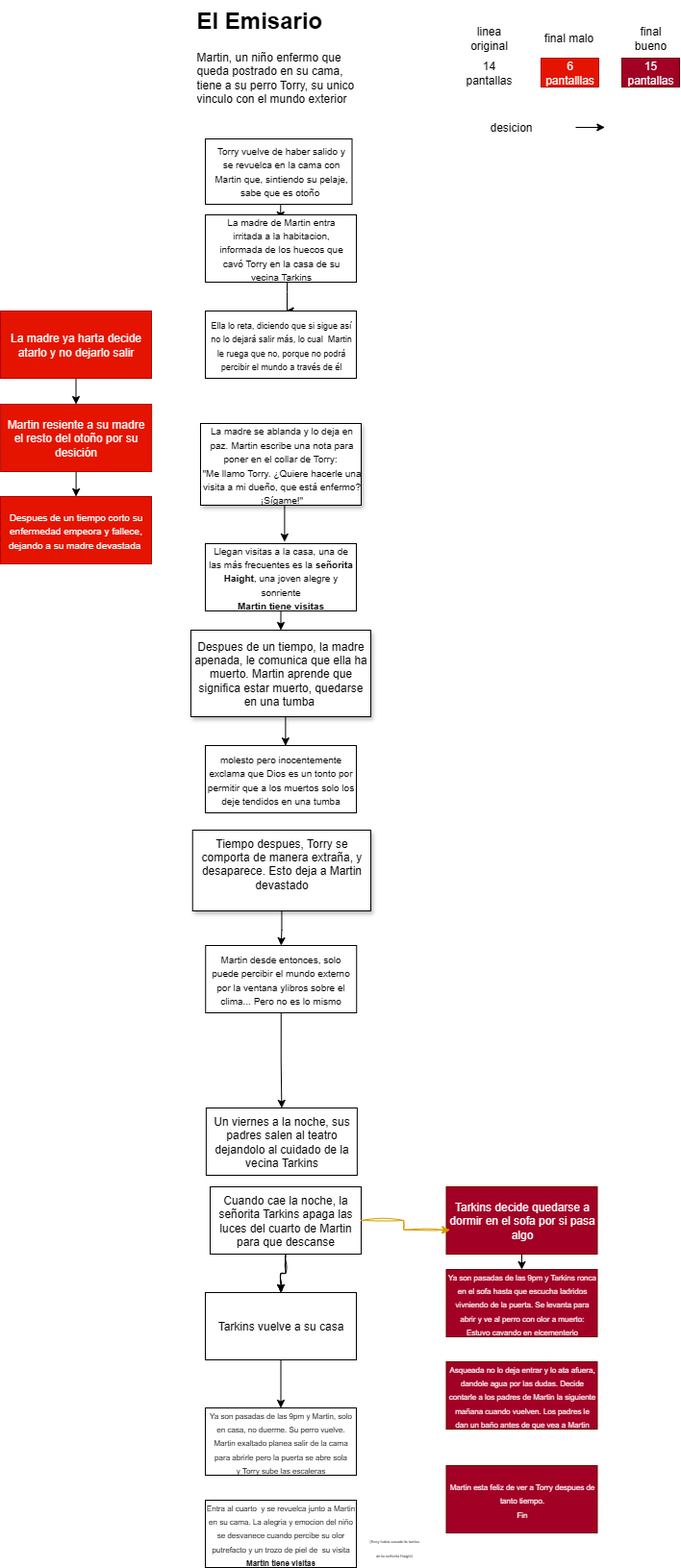
Above: Diagrama E Emisario.drawio.png in ro276/pmiw (draw.io), before the change. Source tidied: cells renumbered, new cells last; positions are measured from the earlier drawing's top-left corner, leaving out a move shared by most shapes.
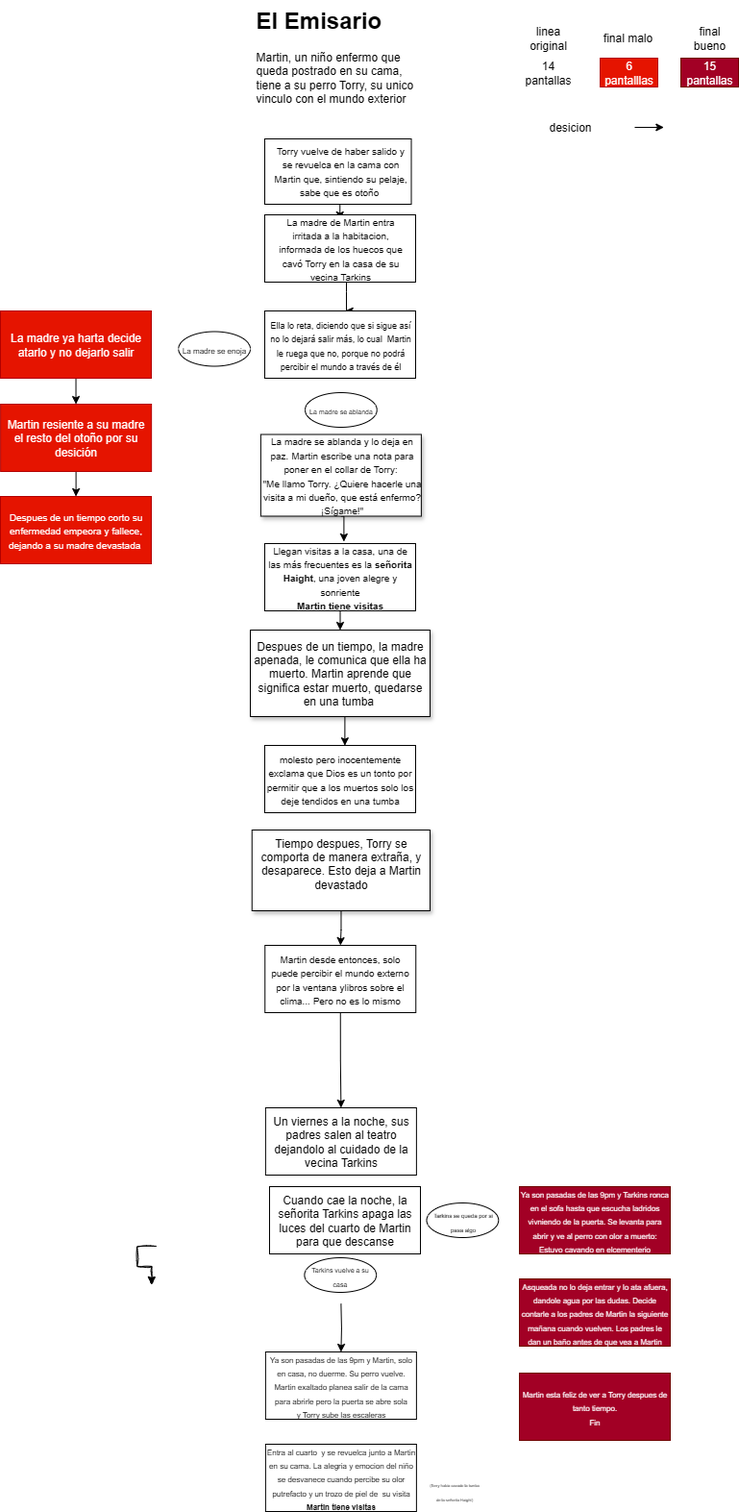
Later version of the same file.

Change to the diagram source:
```diff
@@ -33,7 +33,7 @@
       </mxGeometry>
     </mxCell>
     <mxCell id="9" value="&lt;div style=&quot;text-align: center;&quot;&gt;&lt;font style=&quot;background-color: transparent; color: light-dark(rgb(0, 0, 0), rgb(255, 255, 255)); font-size: 10px;&quot;&gt;La madre se ablanda y lo deja en paz.&amp;nbsp;&lt;/font&gt;&lt;span style=&quot;background-color: transparent; color: light-dark(rgb(0, 0, 0), rgb(255, 255, 255)); font-size: 10px;&quot;&gt;Martin escribe una nota para poner en el collar de Torry:&amp;nbsp;&lt;/span&gt;&lt;/div&gt;&lt;div style=&quot;text-align: center;&quot;&gt;&lt;span style=&quot;font-size: 10px; background-color: transparent; color: light-dark(rgb(0, 0, 0), rgb(255, 255, 255)); text-align: left;&quot;&gt;&quot;&lt;/span&gt;&lt;span style=&quot;font-size: 10px; background-color: transparent; color: light-dark(rgb(0, 0, 0), rgb(255, 255, 255)); text-align: left;&quot;&gt;Me llamo Torry. ¿Quiere hacerle una visita a mi dueño, que está enfermo? ¡Sígame!&quot;&lt;/span&gt;&lt;/div&gt;" style="rounded=0;whiteSpace=wrap;html=1;glass=0;shadow=1;align=left;" parent="1" vertex="1">
-      <mxGeometry x="208" y="440" width="167" height="85" as="geometry" />
+      <mxGeometry x="208.9" y="451.5" width="167" height="85" as="geometry" />
     </mxCell>
     <mxCell id="10" value="&lt;font size=&quot;1&quot;&gt;La madre de Martin entra irritada a la habitacion, informada de los huecos que cavó Torry en la casa de su vecina Tarkins&lt;/font&gt;" style="text;html=1;align=center;verticalAlign=middle;whiteSpace=wrap;rounded=0;" parent="1" vertex="1">
       <mxGeometry x="218.8" y="248" width="145.5" height="20" as="geometry" />
@@ -48,13 +48,13 @@
       <mxGeometry relative="1" as="geometry" />
     </mxCell>
     <mxCell id="14" value="La madre ya harta decide atarlo y no dejarlo salir" style="rounded=0;whiteSpace=wrap;html=1;fillColor=#e51400;fontColor=#ffffff;strokeColor=#B20000;" parent="1" vertex="1">
-      <mxGeometry y="323" width="157" height="70" as="geometry" />
+      <mxGeometry x="-62" y="323" width="157" height="70" as="geometry" />
     </mxCell>
     <mxCell id="15" style="edgeStyle=orthogonalEdgeStyle;rounded=0;jettySize=auto;html=1;" parent="1" edge="1" source="16" target="28">
       <mxGeometry relative="1" as="geometry" />
     </mxCell>
     <mxCell id="16" value="Martin resiente a su madre el resto del otoño por su desición" style="rounded=0;whiteSpace=wrap;html=1;fillColor=#e51400;fontColor=#ffffff;strokeColor=#B20000;" parent="1" vertex="1">
-      <mxGeometry x="0.1" y="420" width="157" height="70" as="geometry" />
+      <mxGeometry x="-61.9" y="420" width="157" height="70" as="geometry" />
     </mxCell>
     <mxCell id="17" style="edgeStyle=orthogonalEdgeStyle;rounded=0;jettySize=auto;html=1;exitX=0.5;exitY=1;exitDx=0;exitDy=0;entryX=0.5;entryY=0;entryDx=0;entryDy=0;" parent="1" edge="1" source="18" target="19">
       <mxGeometry relative="1" as="geometry" />
@@ -90,37 +90,30 @@
       <mxGeometry relative="1" as="geometry" />
     </mxCell>
     <mxCell id="28" value="&lt;font style=&quot;font-size: 10px; color: rgb(255, 255, 255);&quot;&gt;Despues de un tiempo corto su enfermedad empeora y fallece, dejando a su madre devastada&amp;nbsp;&lt;/font&gt;" style="rounded=0;whiteSpace=wrap;html=1;fillColor=#e51400;strokeColor=#B20000;fontColor=#ffffff;" parent="1" vertex="1">
-      <mxGeometry y="516" width="157" height="70" as="geometry" />
+      <mxGeometry x="-62" y="516" width="157" height="70" as="geometry" />
     </mxCell>
-    <mxCell id="29" style="edgeStyle=orthogonalEdgeStyle;rounded=0;jettySize=auto;html=1;sketch=1;curveFitting=1;jiggle=2;" parent="1" edge="1" source="30" target="34">
-      <mxGeometry relative="1" as="geometry" />
+    <mxCell id="29" style="edgeStyle=orthogonalEdgeStyle;rounded=0;orthogonalLoop=1;jettySize=auto;html=1;sketch=1;curveFitting=1;jiggle=2;" parent="1" edge="1">
+      <mxGeometry relative="1" as="geometry">
+        <mxPoint x="100.1" y="1296" as="sourcePoint" />
+        <mxPoint x="95.1" y="1336" as="targetPoint" />
+      </mxGeometry>
     </mxCell>
     <mxCell id="30" value="Cuando cae la noche, la señorita Tarkins apaga las luces del cuarto de Martin para que descanse" style="rounded=0;whiteSpace=wrap;html=1;" parent="1" vertex="1">
       <mxGeometry x="218" y="1234" width="157" height="70" as="geometry" />
     </mxCell>
-    <mxCell id="31" style="edgeStyle=orthogonalEdgeStyle;rounded=0;orthogonalLoop=1;jettySize=auto;html=1;exitX=0.5;exitY=1;exitDx=0;exitDy=0;entryX=0.5;entryY=0;entryDx=0;entryDy=0;" parent="1" edge="1">
-      <mxGeometry relative="1" as="geometry">
-        <mxPoint x="542" y="1270" as="sourcePoint" />
-        <mxPoint x="542" y="1320" as="targetPoint" />
-      </mxGeometry>
-    </mxCell>
-    <mxCell id="32" value="Tarkins decide quedarse a dormir en el sofa por si pasa algo" style="rounded=0;whiteSpace=wrap;html=1;fillColor=#a20025;strokeColor=#6F0000;fontColor=#ffffff;" parent="1" vertex="1">
-      <mxGeometry x="463.5" y="1234" width="157" height="70" as="geometry" />
-    </mxCell>
-    <mxCell id="33" style="edgeStyle=orthogonalEdgeStyle;rounded=0;jettySize=auto;html=1;" parent="1" edge="1" source="34" target="35">
-      <mxGeometry relative="1" as="geometry" />
+    <mxCell id="33" style="edgeStyle=orthogonalEdgeStyle;rounded=0;jettySize=auto;html=1;" parent="1" edge="1" target="35">
+      <mxGeometry relative="1" as="geometry">
+        <mxPoint x="292.4" y="1356" as="sourcePoint" />
+      </mxGeometry>
     </mxCell>
-    <mxCell id="34" value="Tarkins vuelve a su casa" style="rounded=0;whiteSpace=wrap;html=1;" parent="1" vertex="1">
-      <mxGeometry x="213" y="1344" width="157" height="70" as="geometry" />
-    </mxCell>
     <mxCell id="35" value="&lt;span style=&quot;font-size: 8px;&quot;&gt;Ya son pasadas de las 9pm y Martin, solo en casa, no duerme. Su perro vuelve.&lt;/span&gt;&lt;div&gt;&lt;span style=&quot;font-size: 8px;&quot;&gt;Martin exaltado planea salir de la cama para abrirle pero la puerta se abre sola y&amp;nbsp;&lt;/span&gt;&lt;span style=&quot;font-size: 8px; background-color: transparent; color: light-dark(rgb(0, 0, 0), rgb(255, 255, 255));&quot;&gt;Torry sube las escaleras&lt;/span&gt;&lt;/div&gt;" style="rounded=0;whiteSpace=wrap;html=1;" parent="1" vertex="1">
-      <mxGeometry x="213" y="1464" width="157" height="70" as="geometry" />
+      <mxGeometry x="213.9" y="1406" width="157" height="70" as="geometry" />
     </mxCell>
     <mxCell id="36" value="&lt;span style=&quot;font-size: 8px;&quot;&gt;Ya son pasadas de las 9pm y Tarkins ronca en el sofa hasta que escucha ladridos vivniendo de la puerta. Se levanta para abrir y ve al perro con olor a muerto: Estuvo cavando en elcementerio&lt;/span&gt;" style="rounded=0;whiteSpace=wrap;html=1;fillColor=#a20025;strokeColor=#6F0000;fontColor=#ffffff;" parent="1" vertex="1">
-      <mxGeometry x="463.5" y="1320" width="157" height="70" as="geometry" />
+      <mxGeometry x="478" y="1234" width="157" height="70" as="geometry" />
     </mxCell>
     <mxCell id="37" value="&lt;span style=&quot;font-size: 8px;&quot;&gt;Entra al cuarto&amp;nbsp; y se revuelca junto a Martin en su cama. La alegria y emocion del niño se desvanece cuando percibe su olor putrefacto y un trozo de piel de&amp;nbsp; su visita&lt;/span&gt;&lt;div&gt;&lt;span style=&quot;font-size: 8px;&quot;&gt;&lt;b&gt;Martin tiene visitas&lt;/b&gt;&lt;/span&gt;&lt;/div&gt;" style="rounded=0;whiteSpace=wrap;html=1;" parent="1" vertex="1">
-      <mxGeometry x="213" y="1560" width="157" height="70" as="geometry" />
+      <mxGeometry x="213.9" y="1502" width="157" height="70" as="geometry" />
     </mxCell>
     <mxCell id="38" value="14 pantallas" style="text;html=1;align=center;verticalAlign=middle;whiteSpace=wrap;rounded=0;" parent="1" vertex="1">
       <mxGeometry x="478" y="60" width="60" height="30" as="geometry" />
@@ -132,14 +125,11 @@
       <mxGeometry x="646" y="60" width="60" height="30" as="geometry" />
     </mxCell>
     <mxCell id="41" value="&lt;span style=&quot;font-size: 8px;&quot;&gt;Asqueada no lo deja entrar y lo ata afuera, dandole agua por las dudas. Decide contarle a los padres de Martin la siguiente mañana cuando vuelven. Los padres le dan un baño antes de que vea a Martin&lt;/span&gt;" style="rounded=0;whiteSpace=wrap;html=1;fillColor=#a20025;strokeColor=#6F0000;fontColor=#ffffff;" parent="1" vertex="1">
-      <mxGeometry x="463.5" y="1416" width="157" height="70" as="geometry" />
+      <mxGeometry x="478" y="1330" width="157" height="70" as="geometry" />
     </mxCell>
     <mxCell id="42" value="&lt;span style=&quot;font-size: 8px;&quot;&gt;Martin esta feliz de ver a Torry despues de tanto tiempo.&lt;/span&gt;&lt;div&gt;&lt;span style=&quot;font-size: 8px;&quot;&gt;Fin&lt;/span&gt;&lt;/div&gt;" style="rounded=0;whiteSpace=wrap;html=1;fillColor=#a20025;strokeColor=#6F0000;fontColor=#ffffff;" parent="1" vertex="1">
-      <mxGeometry x="463.5" y="1524" width="157" height="70" as="geometry" />
+      <mxGeometry x="478" y="1428" width="157" height="70" as="geometry" />
     </mxCell>
-    <mxCell id="43" style="edgeStyle=orthogonalEdgeStyle;rounded=0;jettySize=auto;html=1;exitX=1;exitY=0.5;exitDx=0;exitDy=0;entryX=0.024;entryY=0.64;entryDx=0;entryDy=0;entryPerimeter=0;sketch=1;curveFitting=1;jiggle=2;fillColor=#ffcd28;gradientColor=#ffa500;strokeColor=light-dark(#d79b00, #a20025);" parent="1" edge="1" source="30" target="32">
-      <mxGeometry relative="1" as="geometry" />
-    </mxCell>
     <mxCell id="44" value="linea original" style="text;html=1;align=center;verticalAlign=middle;whiteSpace=wrap;rounded=0;" parent="1" vertex="1">
       <mxGeometry x="478" y="24" width="60" height="30" as="geometry" />
     </mxCell>
@@ -150,7 +140,7 @@
       <mxGeometry x="646" y="24" width="60" height="30" as="geometry" />
     </mxCell>
     <mxCell id="47" value="&lt;span style=&quot;font-size: 4px; text-align: left;&quot;&gt;(Torry habia cavado la tumba de la señorita Haight)&lt;/span&gt;" style="text;html=1;align=center;verticalAlign=middle;whiteSpace=wrap;rounded=0;" parent="1" vertex="1">
-      <mxGeometry x="381.5" y="1594" width="57" height="26" as="geometry" />
+      <mxGeometry x="382.4" y="1536" width="57" height="26" as="geometry" />
     </mxCell>
     <mxCell id="48" style="endArrow=classic;html=1;rounded=0;" parent="1" edge="1">
       <mxGeometry relative="1" as="geometry">
@@ -167,5 +157,17 @@
     <mxCell id="50" value="desicion" style="text;html=1;align=center;verticalAlign=middle;whiteSpace=wrap;rounded=0;" parent="1" vertex="1">
       <mxGeometry x="500.5" y="120" width="60" height="24" as="geometry" />
     </mxCell>
+    <mxCell id="51" value="&lt;font style=&quot;font-size: 7px;&quot;&gt;La madre se ablanda&lt;/font&gt;" style="ellipse;whiteSpace=wrap;html=1;" parent="1" vertex="1">
+      <mxGeometry x="255" y="408" width="74.7" height="36" as="geometry" />
+    </mxCell>
+    <mxCell id="52" value="&lt;font style=&quot;font-size: 8px;&quot;&gt;La madre se enoja&lt;/font&gt;" style="ellipse;whiteSpace=wrap;html=1;" parent="1" vertex="1">
+      <mxGeometry x="123.3" y="344.5" width="74.7" height="36" as="geometry" />
+    </mxCell>
+    <mxCell id="34" value="&lt;font style=&quot;font-size: 7px;&quot;&gt;Tarkins vuelve a su casa&lt;/font&gt;" style="ellipse;whiteSpace=wrap;html=1;" parent="1" vertex="1">
+      <mxGeometry x="254.4" y="1308" width="74.7" height="36" as="geometry" />
+    </mxCell>
+    <mxCell id="53" value="&lt;font style=&quot;font-size: 6px;&quot;&gt;Tarkins se queda por si pasa algo&lt;/font&gt;" style="ellipse;whiteSpace=wrap;html=1;" parent="1" vertex="1">
+      <mxGeometry x="381.5" y="1251" width="74.7" height="36" as="geometry" />
+    </mxCell>
   </root>
 </mxGraphModel>
```
